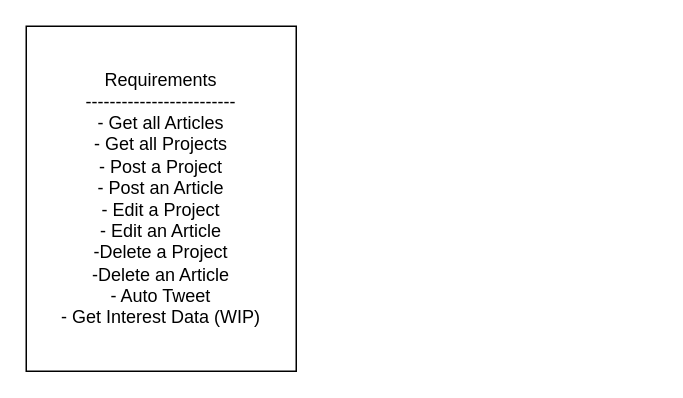
The draw.io diagram page "Requirements" (1 of 7) of design.drawio in cdthomp1/portfolio-site, before the edit. Source tidied: cells renumbered, new cells numbered last; positions are measured from the earlier drawing's top-left corner, leaving out a move shared by most shapes. Both pictures are drawn from the tidied source at 150%, with x=0, y=0 at pixel (26, 26).
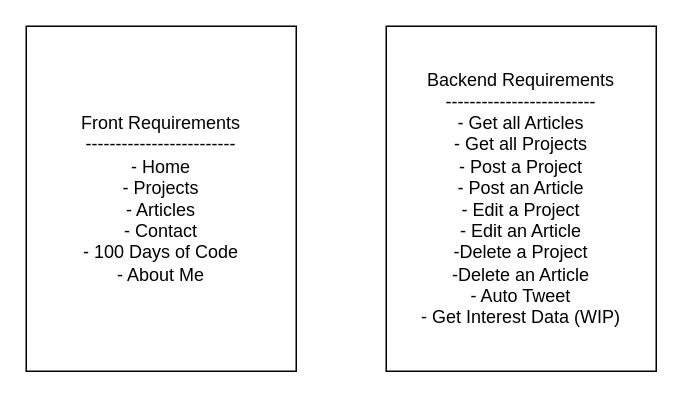
After the change.

The edit, as a diff of the source:
```diff
@@
 <mxGraphModel>
   <root>
     <mxCell id="0" />
     <mxCell id="1" parent="0" />
-    <mxCell id="2" value="Requirements&lt;br&gt;-------------------------&lt;br&gt;- Get all Articles&lt;br&gt;- Get all Projects&lt;br&gt;- Post a Project&lt;br&gt;- Post an Article&lt;br&gt;- Edit a Project&lt;br&gt;- Edit an Article&lt;br&gt;-Delete a Project&lt;br&gt;-Delete an Article&lt;br&gt;- Auto Tweet&lt;br&gt;- Get Interest Data (WIP)" style="rounded=0;whiteSpace=wrap;html=1;" parent="1" vertex="1">
+    <mxCell id="2" value="Front Requirements&lt;br&gt;-------------------------&lt;br&gt;- Home&lt;br&gt;- Projects&lt;br&gt;- Articles&lt;br&gt;- Contact&lt;br&gt;- 100 Days of Code&lt;br&gt;- About Me" style="rounded=0;whiteSpace=wrap;html=1;" parent="1" vertex="1">
       <mxGeometry width="180" height="230" as="geometry" />
     </mxCell>
+    <mxCell id="3" value="Backend Requirements&lt;br&gt;-------------------------&lt;br&gt;- Get all Articles&lt;br&gt;- Get all Projects&lt;br&gt;- Post a Project&lt;br&gt;- Post an Article&lt;br&gt;- Edit a Project&lt;br&gt;- Edit an Article&lt;br&gt;-Delete a Project&lt;br&gt;-Delete an Article&lt;br&gt;- Auto Tweet&lt;br&gt;- Get Interest Data (WIP)" style="rounded=0;whiteSpace=wrap;html=1;" parent="1" vertex="1">
+      <mxGeometry x="240" width="180" height="230" as="geometry" />
+    </mxCell>
   </root>
 </mxGraphModel>
```
